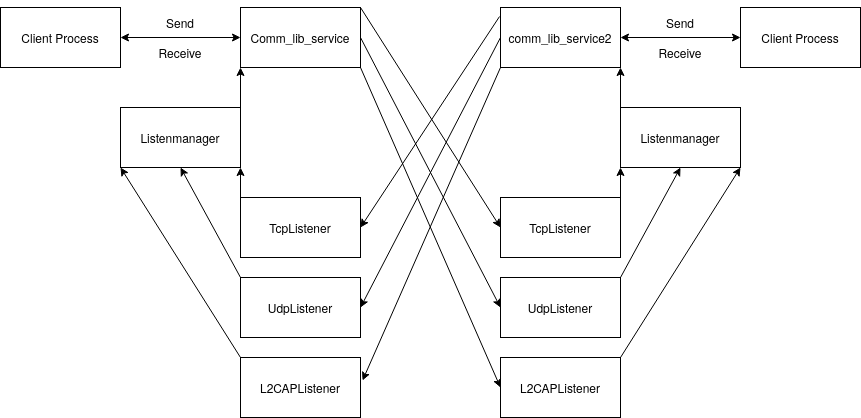
F-WuTS/RECT-Diploma-Thesis keeps this draw.io diagram as img/RECT-dataflow.png. Above is the earlier version. Source tidied: cells renumbered, new cells last; positions are measured from the earlier drawing's top-left corner, leaving out a move shared by most shapes. Source of this version:
```xml
<mxGraphModel>
  <root>
    <mxCell id="0" />
    <mxCell id="1" parent="0" />
    <mxCell id="2" value="Client Process" style="rounded=0;whiteSpace=wrap;html=1;" parent="1" vertex="1">
      <mxGeometry width="120" height="60" as="geometry" />
    </mxCell>
    <mxCell id="3" value="&lt;div&gt;Comm_lib_service&lt;/div&gt;" style="rounded=0;whiteSpace=wrap;html=1;" parent="1" vertex="1">
      <mxGeometry x="240" width="120" height="60" as="geometry" />
    </mxCell>
    <mxCell id="4" style="endArrow=classic;startArrow=classic;html=1;rounded=0;exitX=1;exitY=0.5;exitDx=0;exitDy=0;entryX=0;entryY=0.5;entryDx=0;entryDy=0;" parent="1" edge="1" source="2" target="3">
      <mxGeometry relative="1" as="geometry" />
    </mxCell>
    <mxCell id="5" value="comm_lib_service2" style="rounded=0;whiteSpace=wrap;html=1;" parent="1" vertex="1">
      <mxGeometry x="500" width="120" height="60" as="geometry" />
    </mxCell>
    <mxCell id="6" value="Client Process" style="rounded=0;whiteSpace=wrap;html=1;" parent="1" vertex="1">
      <mxGeometry x="740" width="120" height="60" as="geometry" />
    </mxCell>
    <mxCell id="7" style="endArrow=classic;startArrow=classic;html=1;rounded=0;exitX=1;exitY=0.5;exitDx=0;exitDy=0;entryX=0;entryY=0.5;entryDx=0;entryDy=0;" parent="1" edge="1" source="5" target="6">
      <mxGeometry relative="1" as="geometry" />
    </mxCell>
    <mxCell id="8" value="&lt;div&gt;Listenmanager&lt;/div&gt;" style="rounded=0;whiteSpace=wrap;html=1;" parent="1" vertex="1">
      <mxGeometry x="620" y="100" width="120" height="60" as="geometry" />
    </mxCell>
    <mxCell id="9" value="Listenmanager" style="rounded=0;whiteSpace=wrap;html=1;" parent="1" vertex="1">
      <mxGeometry x="120" y="100" width="120" height="60" as="geometry" />
    </mxCell>
    <mxCell id="10" style="endArrow=classic;html=1;rounded=0;exitX=1;exitY=0;exitDx=0;exitDy=0;entryX=0;entryY=1;entryDx=0;entryDy=0;" parent="1" edge="1" source="9" target="3">
      <mxGeometry relative="1" as="geometry" />
    </mxCell>
    <mxCell id="11" style="endArrow=classic;html=1;rounded=0;exitX=0;exitY=0;exitDx=0;exitDy=0;entryX=1;entryY=1;entryDx=0;entryDy=0;" parent="1" edge="1" source="8" target="5">
      <mxGeometry relative="1" as="geometry" />
    </mxCell>
    <mxCell id="12" value="TcpListener" style="rounded=0;whiteSpace=wrap;html=1;" parent="1" vertex="1">
      <mxGeometry x="240" y="190" width="120" height="60" as="geometry" />
    </mxCell>
    <mxCell id="13" value="L2CAPListener" style="rounded=0;whiteSpace=wrap;html=1;" parent="1" vertex="1">
      <mxGeometry x="240" y="350" width="120" height="60" as="geometry" />
    </mxCell>
    <mxCell id="14" style="endArrow=classic;html=1;rounded=0;exitX=0;exitY=0;exitDx=0;exitDy=0;entryX=1;entryY=1;entryDx=0;entryDy=0;" parent="1" edge="1" source="12" target="9">
      <mxGeometry relative="1" as="geometry" />
    </mxCell>
    <mxCell id="15" style="endArrow=classic;html=1;rounded=0;exitX=0;exitY=0;exitDx=0;exitDy=0;entryX=0.5;entryY=1;entryDx=0;entryDy=0;" parent="1" edge="1" source="23" target="9">
      <mxGeometry relative="1" as="geometry" />
    </mxCell>
    <mxCell id="16" value="TcpListener" style="rounded=0;whiteSpace=wrap;html=1;" parent="1" vertex="1">
      <mxGeometry x="500" y="190" width="120" height="60" as="geometry" />
    </mxCell>
    <mxCell id="17" value="UdpListener" style="rounded=0;whiteSpace=wrap;html=1;" parent="1" vertex="1">
      <mxGeometry x="500" y="270" width="120" height="60" as="geometry" />
    </mxCell>
    <mxCell id="18" value="L2CAPListener" style="rounded=0;whiteSpace=wrap;html=1;" parent="1" vertex="1">
      <mxGeometry x="500" y="350" width="120" height="60" as="geometry" />
    </mxCell>
    <mxCell id="19" style="endArrow=classic;html=1;rounded=0;exitX=1;exitY=0;exitDx=0;exitDy=0;entryX=0;entryY=1;entryDx=0;entryDy=0;" parent="1" edge="1" source="16" target="8">
      <mxGeometry relative="1" as="geometry" />
    </mxCell>
    <mxCell id="20" style="endArrow=classic;html=1;rounded=0;entryX=0.5;entryY=1;entryDx=0;entryDy=0;exitX=1;exitY=0;exitDx=0;exitDy=0;" parent="1" edge="1" source="17" target="8">
      <mxGeometry relative="1" as="geometry" />
    </mxCell>
    <mxCell id="21" style="endArrow=classic;html=1;rounded=0;exitX=1;exitY=0;exitDx=0;exitDy=0;entryX=1;entryY=1;entryDx=0;entryDy=0;" parent="1" edge="1" source="18" target="8">
      <mxGeometry relative="1" as="geometry" />
    </mxCell>
    <mxCell id="22" style="endArrow=classic;html=1;rounded=0;exitX=0;exitY=0;exitDx=0;exitDy=0;entryX=0;entryY=1;entryDx=0;entryDy=0;" parent="1" edge="1" source="13" target="9">
      <mxGeometry relative="1" as="geometry" />
    </mxCell>
    <mxCell id="23" value="UdpListener" style="rounded=0;whiteSpace=wrap;html=1;" parent="1" vertex="1">
      <mxGeometry x="240" y="270" width="120" height="60" as="geometry" />
    </mxCell>
    <mxCell id="24" style="endArrow=classic;html=1;rounded=0;exitX=1;exitY=0;exitDx=0;exitDy=0;entryX=0;entryY=0.5;entryDx=0;entryDy=0;" parent="1" edge="1" source="3" target="16">
      <mxGeometry relative="1" as="geometry" />
    </mxCell>
    <mxCell id="25" style="endArrow=classic;html=1;rounded=0;exitX=1;exitY=1;exitDx=0;exitDy=0;entryX=0;entryY=0.5;entryDx=0;entryDy=0;" parent="1" edge="1" source="3" target="18">
      <mxGeometry relative="1" as="geometry" />
    </mxCell>
    <mxCell id="26" style="endArrow=classic;html=1;rounded=0;exitX=1;exitY=0.5;exitDx=0;exitDy=0;entryX=0;entryY=0.5;entryDx=0;entryDy=0;" parent="1" edge="1" source="3" target="17">
      <mxGeometry relative="1" as="geometry" />
    </mxCell>
    <mxCell id="27" style="endArrow=classic;html=1;rounded=0;exitX=-0.008;exitY=0.15;exitDx=0;exitDy=0;exitPerimeter=0;entryX=1;entryY=0.5;entryDx=0;entryDy=0;" parent="1" edge="1" source="5" target="12">
      <mxGeometry relative="1" as="geometry" />
    </mxCell>
    <mxCell id="28" style="endArrow=classic;html=1;rounded=0;exitX=0;exitY=0.5;exitDx=0;exitDy=0;entryX=1;entryY=0.5;entryDx=0;entryDy=0;" parent="1" edge="1" source="5" target="23">
      <mxGeometry relative="1" as="geometry" />
    </mxCell>
    <mxCell id="29" style="endArrow=classic;html=1;rounded=0;exitX=0;exitY=1;exitDx=0;exitDy=0;entryX=1.017;entryY=0.383;entryDx=0;entryDy=0;entryPerimeter=0;" parent="1" edge="1" source="5" target="13">
      <mxGeometry relative="1" as="geometry" />
    </mxCell>
    <mxCell id="30" value="Send" style="text;html=1;align=center;verticalAlign=middle;whiteSpace=wrap;rounded=0;" parent="1" vertex="1">
      <mxGeometry x="150" width="60" height="30" as="geometry" />
    </mxCell>
    <mxCell id="31" value="Receive" style="text;html=1;align=center;verticalAlign=middle;whiteSpace=wrap;rounded=0;" parent="1" vertex="1">
      <mxGeometry x="150" y="30" width="60" height="30" as="geometry" />
    </mxCell>
    <mxCell id="32" value="Send" style="text;html=1;align=center;verticalAlign=middle;whiteSpace=wrap;rounded=0;" parent="1" vertex="1">
      <mxGeometry x="650" width="60" height="30" as="geometry" />
    </mxCell>
    <mxCell id="33" value="Receive" style="text;html=1;align=center;verticalAlign=middle;whiteSpace=wrap;rounded=0;" parent="1" vertex="1">
      <mxGeometry x="650" y="30" width="60" height="30" as="geometry" />
    </mxCell>
  </root>
</mxGraphModel>
```
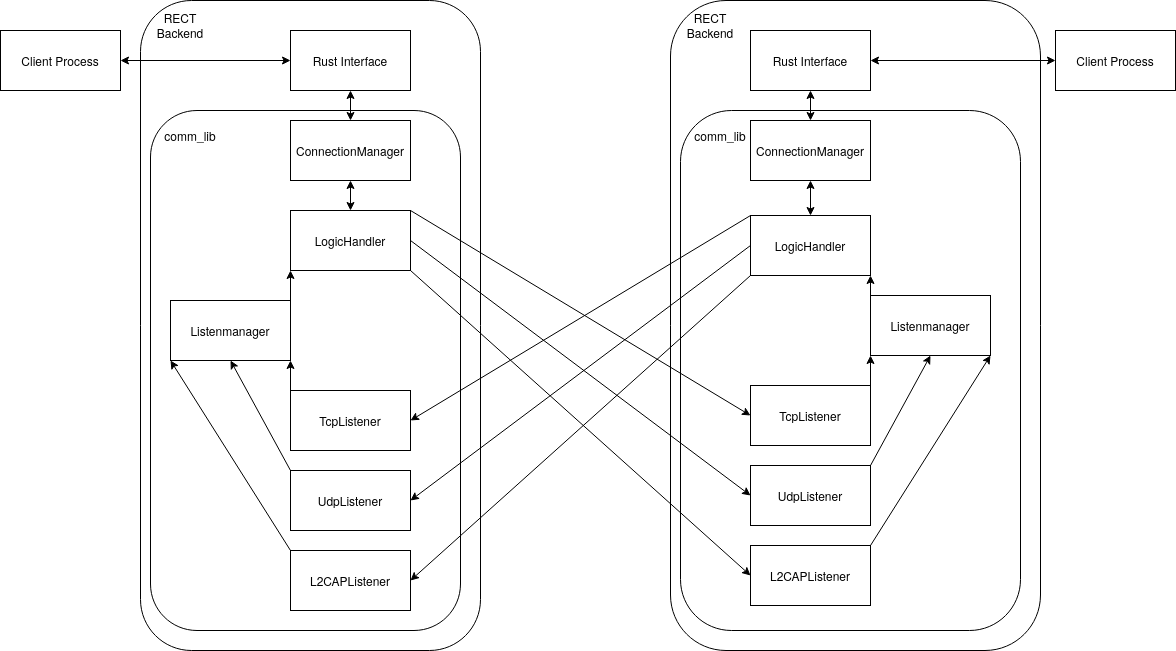
Above is the later version.

What changed in the source:
```diff
@@ -2,41 +2,29 @@
   <root>
     <mxCell id="0" />
     <mxCell id="1" parent="0" />
+    <mxCell id="34" style="rounded=1;whiteSpace=wrap;html=1;" parent="1" vertex="1">
+      <mxGeometry x="210" y="-30" width="340" height="650" as="geometry" />
+    </mxCell>
+    <mxCell id="35" style="rounded=1;whiteSpace=wrap;html=1;" parent="1" vertex="1">
+      <mxGeometry x="220" y="80" width="310" height="520" as="geometry" />
+    </mxCell>
     <mxCell id="2" value="Client Process" style="rounded=0;whiteSpace=wrap;html=1;" parent="1" vertex="1">
-      <mxGeometry width="120" height="60" as="geometry" />
+      <mxGeometry x="70" width="120" height="60" as="geometry" />
     </mxCell>
-    <mxCell id="3" value="&lt;div&gt;Comm_lib_service&lt;/div&gt;" style="rounded=0;whiteSpace=wrap;html=1;" parent="1" vertex="1">
-      <mxGeometry x="240" width="120" height="60" as="geometry" />
+    <mxCell id="3" value="&lt;div&gt;Rust Interface&lt;/div&gt;" style="rounded=0;whiteSpace=wrap;html=1;" parent="1" vertex="1">
+      <mxGeometry x="360" width="120" height="60" as="geometry" />
     </mxCell>
-    <mxCell id="4" style="endArrow=classic;startArrow=classic;html=1;rounded=0;exitX=1;exitY=0.5;exitDx=0;exitDy=0;entryX=0;entryY=0.5;entryDx=0;entryDy=0;" parent="1" edge="1" source="2" target="3">
+    <mxCell id="4" style="endArrow=classic;startArrow=classic;html=1;rounded=0;entryX=0;entryY=0.5;entryDx=0;entryDy=0;exitX=1;exitY=0.5;exitDx=0;exitDy=0;" parent="1" edge="1" source="2" target="3">
       <mxGeometry relative="1" as="geometry" />
     </mxCell>
-    <mxCell id="5" value="comm_lib_service2" style="rounded=0;whiteSpace=wrap;html=1;" parent="1" vertex="1">
-      <mxGeometry x="500" width="120" height="60" as="geometry" />
-    </mxCell>
-    <mxCell id="6" value="Client Process" style="rounded=0;whiteSpace=wrap;html=1;" parent="1" vertex="1">
-      <mxGeometry x="740" width="120" height="60" as="geometry" />
-    </mxCell>
-    <mxCell id="7" style="endArrow=classic;startArrow=classic;html=1;rounded=0;exitX=1;exitY=0.5;exitDx=0;exitDy=0;entryX=0;entryY=0.5;entryDx=0;entryDy=0;" parent="1" edge="1" source="5" target="6">
-      <mxGeometry relative="1" as="geometry" />
-    </mxCell>
-    <mxCell id="8" value="&lt;div&gt;Listenmanager&lt;/div&gt;" style="rounded=0;whiteSpace=wrap;html=1;" parent="1" vertex="1">
-      <mxGeometry x="620" y="100" width="120" height="60" as="geometry" />
-    </mxCell>
     <mxCell id="9" value="Listenmanager" style="rounded=0;whiteSpace=wrap;html=1;" parent="1" vertex="1">
-      <mxGeometry x="120" y="100" width="120" height="60" as="geometry" />
+      <mxGeometry x="240" y="270" width="120" height="60" as="geometry" />
     </mxCell>
-    <mxCell id="10" style="endArrow=classic;html=1;rounded=0;exitX=1;exitY=0;exitDx=0;exitDy=0;entryX=0;entryY=1;entryDx=0;entryDy=0;" parent="1" edge="1" source="9" target="3">
-      <mxGeometry relative="1" as="geometry" />
-    </mxCell>
-    <mxCell id="11" style="endArrow=classic;html=1;rounded=0;exitX=0;exitY=0;exitDx=0;exitDy=0;entryX=1;entryY=1;entryDx=0;entryDy=0;" parent="1" edge="1" source="8" target="5">
-      <mxGeometry relative="1" as="geometry" />
-    </mxCell>
     <mxCell id="12" value="TcpListener" style="rounded=0;whiteSpace=wrap;html=1;" parent="1" vertex="1">
-      <mxGeometry x="240" y="190" width="120" height="60" as="geometry" />
+      <mxGeometry x="360" y="360" width="120" height="60" as="geometry" />
     </mxCell>
     <mxCell id="13" value="L2CAPListener" style="rounded=0;whiteSpace=wrap;html=1;" parent="1" vertex="1">
-      <mxGeometry x="240" y="350" width="120" height="60" as="geometry" />
+      <mxGeometry x="360" y="520" width="120" height="60" as="geometry" />
     </mxCell>
     <mxCell id="14" style="endArrow=classic;html=1;rounded=0;exitX=0;exitY=0;exitDx=0;exitDy=0;entryX=1;entryY=1;entryDx=0;entryDy=0;" parent="1" edge="1" source="12" target="9">
       <mxGeometry relative="1" as="geometry" />
@@ -44,59 +32,107 @@
     <mxCell id="15" style="endArrow=classic;html=1;rounded=0;exitX=0;exitY=0;exitDx=0;exitDy=0;entryX=0.5;entryY=1;entryDx=0;entryDy=0;" parent="1" edge="1" source="23" target="9">
       <mxGeometry relative="1" as="geometry" />
     </mxCell>
+    <mxCell id="22" style="endArrow=classic;html=1;rounded=0;exitX=0;exitY=0;exitDx=0;exitDy=0;entryX=0;entryY=1;entryDx=0;entryDy=0;" parent="1" edge="1" source="13" target="9">
+      <mxGeometry relative="1" as="geometry" />
+    </mxCell>
+    <mxCell id="23" value="UdpListener" style="rounded=0;whiteSpace=wrap;html=1;" parent="1" vertex="1">
+      <mxGeometry x="360" y="440" width="120" height="60" as="geometry" />
+    </mxCell>
+    <mxCell id="36" value="ConnectionManager" style="rounded=0;whiteSpace=wrap;html=1;" parent="1" vertex="1">
+      <mxGeometry x="360" y="90" width="120" height="60" as="geometry" />
+    </mxCell>
+    <mxCell id="37" value="&lt;div&gt;LogicHandler&lt;/div&gt;" style="rounded=0;whiteSpace=wrap;html=1;" parent="1" vertex="1">
+      <mxGeometry x="360" y="180" width="120" height="60" as="geometry" />
+    </mxCell>
+    <mxCell id="38" style="endArrow=classic;startArrow=classic;html=1;rounded=0;exitX=0.5;exitY=0;exitDx=0;exitDy=0;entryX=0.5;entryY=1;entryDx=0;entryDy=0;" parent="1" edge="1" source="36" target="3">
+      <mxGeometry relative="1" as="geometry" />
+    </mxCell>
+    <mxCell id="39" style="endArrow=classic;html=1;rounded=0;exitX=1;exitY=0;exitDx=0;exitDy=0;entryX=0;entryY=1;entryDx=0;entryDy=0;" parent="1" edge="1" source="9" target="37">
+      <mxGeometry relative="1" as="geometry" />
+    </mxCell>
+    <mxCell id="40" value="comm_lib" style="text;html=1;align=center;verticalAlign=middle;whiteSpace=wrap;rounded=0;" parent="1" vertex="1">
+      <mxGeometry x="230" y="90" width="60" height="30" as="geometry" />
+    </mxCell>
+    <mxCell id="41" value="RECT Backend" style="text;html=1;align=center;verticalAlign=middle;whiteSpace=wrap;rounded=0;" parent="1" vertex="1">
+      <mxGeometry x="220" y="-20" width="60" height="30" as="geometry" />
+    </mxCell>
+    <mxCell id="42" style="endArrow=classic;startArrow=classic;html=1;rounded=0;exitX=0.5;exitY=0;exitDx=0;exitDy=0;entryX=0.5;entryY=1;entryDx=0;entryDy=0;" parent="1" edge="1" source="37" target="36">
+      <mxGeometry relative="1" as="geometry" />
+    </mxCell>
+    <mxCell id="43" style="rounded=1;whiteSpace=wrap;html=1;" parent="1" vertex="1">
+      <mxGeometry x="740" y="-30" width="370" height="650" as="geometry" />
+    </mxCell>
+    <mxCell id="44" style="rounded=1;whiteSpace=wrap;html=1;" parent="1" vertex="1">
+      <mxGeometry x="750" y="80" width="340" height="520" as="geometry" />
+    </mxCell>
+    <mxCell id="6" value="Client Process" style="rounded=0;whiteSpace=wrap;html=1;" parent="1" vertex="1">
+      <mxGeometry x="1125" width="120" height="60" as="geometry" />
+    </mxCell>
+    <mxCell id="45" value="&lt;div&gt;Rust Interface&lt;/div&gt;" style="rounded=0;whiteSpace=wrap;html=1;" parent="1" vertex="1">
+      <mxGeometry x="820" width="120" height="60" as="geometry" />
+    </mxCell>
+    <mxCell id="8" value="Listenmanager" style="rounded=0;whiteSpace=wrap;html=1;" parent="1" vertex="1">
+      <mxGeometry x="940" y="265" width="120" height="60" as="geometry" />
+    </mxCell>
     <mxCell id="16" value="TcpListener" style="rounded=0;whiteSpace=wrap;html=1;" parent="1" vertex="1">
-      <mxGeometry x="500" y="190" width="120" height="60" as="geometry" />
+      <mxGeometry x="820" y="355" width="120" height="60" as="geometry" />
     </mxCell>
+    <mxCell id="18" value="L2CAPListener" style="rounded=0;whiteSpace=wrap;html=1;" parent="1" vertex="1">
+      <mxGeometry x="820" y="515" width="120" height="60" as="geometry" />
+    </mxCell>
     <mxCell id="17" value="UdpListener" style="rounded=0;whiteSpace=wrap;html=1;" parent="1" vertex="1">
-      <mxGeometry x="500" y="270" width="120" height="60" as="geometry" />
+      <mxGeometry x="820" y="435" width="120" height="60" as="geometry" />
     </mxCell>
-    <mxCell id="18" value="L2CAPListener" style="rounded=0;whiteSpace=wrap;html=1;" parent="1" vertex="1">
-      <mxGeometry x="500" y="350" width="120" height="60" as="geometry" />
-    </mxCell>
+    <mxCell id="46" value="ConnectionManager" style="rounded=0;whiteSpace=wrap;html=1;" parent="1" vertex="1">
+      <mxGeometry x="820" y="90" width="120" height="60" as="geometry" />
+    </mxCell>
+    <mxCell id="47" value="&lt;div&gt;LogicHandler&lt;/div&gt;" style="rounded=0;whiteSpace=wrap;html=1;" parent="1" vertex="1">
+      <mxGeometry x="820" y="185" width="120" height="60" as="geometry" />
+    </mxCell>
+    <mxCell id="48" style="endArrow=classic;startArrow=classic;html=1;rounded=0;exitX=0.5;exitY=0;exitDx=0;exitDy=0;entryX=0.5;entryY=1;entryDx=0;entryDy=0;" parent="1" edge="1" source="46" target="45">
+      <mxGeometry relative="1" as="geometry" />
+    </mxCell>
+    <mxCell id="49" value="comm_lib" style="text;html=1;align=center;verticalAlign=middle;whiteSpace=wrap;rounded=0;" parent="1" vertex="1">
+      <mxGeometry x="760" y="90" width="60" height="30" as="geometry" />
+    </mxCell>
+    <mxCell id="50" value="RECT Backend" style="text;html=1;align=center;verticalAlign=middle;whiteSpace=wrap;rounded=0;" parent="1" vertex="1">
+      <mxGeometry x="750" y="-20" width="60" height="30" as="geometry" />
+    </mxCell>
+    <mxCell id="51" style="endArrow=classic;startArrow=classic;html=1;rounded=0;exitX=0.5;exitY=0;exitDx=0;exitDy=0;entryX=0.5;entryY=1;entryDx=0;entryDy=0;" parent="1" edge="1" source="47" target="46">
+      <mxGeometry relative="1" as="geometry" />
+    </mxCell>
+    <mxCell id="52" style="endArrow=classic;startArrow=classic;html=1;rounded=0;exitX=1;exitY=0.5;exitDx=0;exitDy=0;entryX=0;entryY=0.5;entryDx=0;entryDy=0;" parent="1" edge="1" source="45" target="6">
+      <mxGeometry relative="1" as="geometry" />
+    </mxCell>
+    <mxCell id="53" style="endArrow=classic;html=1;rounded=0;exitX=0;exitY=0;exitDx=0;exitDy=0;entryX=1;entryY=1;entryDx=0;entryDy=0;" parent="1" edge="1" source="8" target="47">
+      <mxGeometry relative="1" as="geometry" />
+    </mxCell>
     <mxCell id="19" style="endArrow=classic;html=1;rounded=0;exitX=1;exitY=0;exitDx=0;exitDy=0;entryX=0;entryY=1;entryDx=0;entryDy=0;" parent="1" edge="1" source="16" target="8">
       <mxGeometry relative="1" as="geometry" />
     </mxCell>
-    <mxCell id="20" style="endArrow=classic;html=1;rounded=0;entryX=0.5;entryY=1;entryDx=0;entryDy=0;exitX=1;exitY=0;exitDx=0;exitDy=0;" parent="1" edge="1" source="17" target="8">
+    <mxCell id="20" style="endArrow=classic;html=1;rounded=0;exitX=1;exitY=0;exitDx=0;exitDy=0;entryX=0.5;entryY=1;entryDx=0;entryDy=0;" parent="1" edge="1" source="17" target="8">
       <mxGeometry relative="1" as="geometry" />
     </mxCell>
     <mxCell id="21" style="endArrow=classic;html=1;rounded=0;exitX=1;exitY=0;exitDx=0;exitDy=0;entryX=1;entryY=1;entryDx=0;entryDy=0;" parent="1" edge="1" source="18" target="8">
       <mxGeometry relative="1" as="geometry" />
     </mxCell>
-    <mxCell id="22" style="endArrow=classic;html=1;rounded=0;exitX=0;exitY=0;exitDx=0;exitDy=0;entryX=0;entryY=1;entryDx=0;entryDy=0;" parent="1" edge="1" source="13" target="9">
-      <mxGeometry relative="1" as="geometry" />
-    </mxCell>
-    <mxCell id="23" value="UdpListener" style="rounded=0;whiteSpace=wrap;html=1;" parent="1" vertex="1">
-      <mxGeometry x="240" y="270" width="120" height="60" as="geometry" />
-    </mxCell>
-    <mxCell id="24" style="endArrow=classic;html=1;rounded=0;exitX=1;exitY=0;exitDx=0;exitDy=0;entryX=0;entryY=0.5;entryDx=0;entryDy=0;" parent="1" edge="1" source="3" target="16">
-      <mxGeometry relative="1" as="geometry" />
-    </mxCell>
-    <mxCell id="25" style="endArrow=classic;html=1;rounded=0;exitX=1;exitY=1;exitDx=0;exitDy=0;entryX=0;entryY=0.5;entryDx=0;entryDy=0;" parent="1" edge="1" source="3" target="18">
-      <mxGeometry relative="1" as="geometry" />
-    </mxCell>
-    <mxCell id="26" style="endArrow=classic;html=1;rounded=0;exitX=1;exitY=0.5;exitDx=0;exitDy=0;entryX=0;entryY=0.5;entryDx=0;entryDy=0;" parent="1" edge="1" source="3" target="17">
-      <mxGeometry relative="1" as="geometry" />
-    </mxCell>
-    <mxCell id="27" style="endArrow=classic;html=1;rounded=0;exitX=-0.008;exitY=0.15;exitDx=0;exitDy=0;exitPerimeter=0;entryX=1;entryY=0.5;entryDx=0;entryDy=0;" parent="1" edge="1" source="5" target="12">
-      <mxGeometry relative="1" as="geometry" />
-    </mxCell>
-    <mxCell id="28" style="endArrow=classic;html=1;rounded=0;exitX=0;exitY=0.5;exitDx=0;exitDy=0;entryX=1;entryY=0.5;entryDx=0;entryDy=0;" parent="1" edge="1" source="5" target="23">
-      <mxGeometry relative="1" as="geometry" />
-    </mxCell>
-    <mxCell id="29" style="endArrow=classic;html=1;rounded=0;exitX=0;exitY=1;exitDx=0;exitDy=0;entryX=1.017;entryY=0.383;entryDx=0;entryDy=0;entryPerimeter=0;" parent="1" edge="1" source="5" target="13">
-      <mxGeometry relative="1" as="geometry" />
-    </mxCell>
-    <mxCell id="30" value="Send" style="text;html=1;align=center;verticalAlign=middle;whiteSpace=wrap;rounded=0;" parent="1" vertex="1">
-      <mxGeometry x="150" width="60" height="30" as="geometry" />
-    </mxCell>
-    <mxCell id="31" value="Receive" style="text;html=1;align=center;verticalAlign=middle;whiteSpace=wrap;rounded=0;" parent="1" vertex="1">
-      <mxGeometry x="150" y="30" width="60" height="30" as="geometry" />
-    </mxCell>
-    <mxCell id="32" value="Send" style="text;html=1;align=center;verticalAlign=middle;whiteSpace=wrap;rounded=0;" parent="1" vertex="1">
-      <mxGeometry x="650" width="60" height="30" as="geometry" />
-    </mxCell>
-    <mxCell id="33" value="Receive" style="text;html=1;align=center;verticalAlign=middle;whiteSpace=wrap;rounded=0;" parent="1" vertex="1">
-      <mxGeometry x="650" y="30" width="60" height="30" as="geometry" />
-    </mxCell>
+    <mxCell id="54" style="endArrow=classic;html=1;rounded=0;exitX=1;exitY=0;exitDx=0;exitDy=0;entryX=0;entryY=0.5;entryDx=0;entryDy=0;" parent="1" edge="1" source="37" target="16">
+      <mxGeometry relative="1" as="geometry" />
+    </mxCell>
+    <mxCell id="55" style="endArrow=classic;html=1;rounded=0;exitX=1;exitY=1;exitDx=0;exitDy=0;entryX=0;entryY=0.5;entryDx=0;entryDy=0;" parent="1" edge="1" source="37" target="18">
+      <mxGeometry relative="1" as="geometry" />
+    </mxCell>
+    <mxCell id="56" style="endArrow=classic;html=1;rounded=0;exitX=1;exitY=0.5;exitDx=0;exitDy=0;entryX=0;entryY=0.5;entryDx=0;entryDy=0;" parent="1" edge="1" source="37" target="17">
+      <mxGeometry relative="1" as="geometry" />
+    </mxCell>
+    <mxCell id="57" style="endArrow=classic;html=1;rounded=0;exitX=0;exitY=0;exitDx=0;exitDy=0;entryX=1;entryY=0.5;entryDx=0;entryDy=0;" parent="1" edge="1" source="47" target="12">
+      <mxGeometry relative="1" as="geometry" />
+    </mxCell>
+    <mxCell id="58" style="endArrow=classic;html=1;rounded=0;exitX=0;exitY=0.5;exitDx=0;exitDy=0;entryX=1;entryY=0.5;entryDx=0;entryDy=0;" parent="1" edge="1" source="47" target="23">
+      <mxGeometry relative="1" as="geometry" />
+    </mxCell>
+    <mxCell id="59" style="endArrow=classic;html=1;rounded=0;exitX=0;exitY=1;exitDx=0;exitDy=0;entryX=1;entryY=0.5;entryDx=0;entryDy=0;" parent="1" edge="1" source="47" target="13">
+      <mxGeometry relative="1" as="geometry" />
+    </mxCell>
   </root>
 </mxGraphModel>
```
